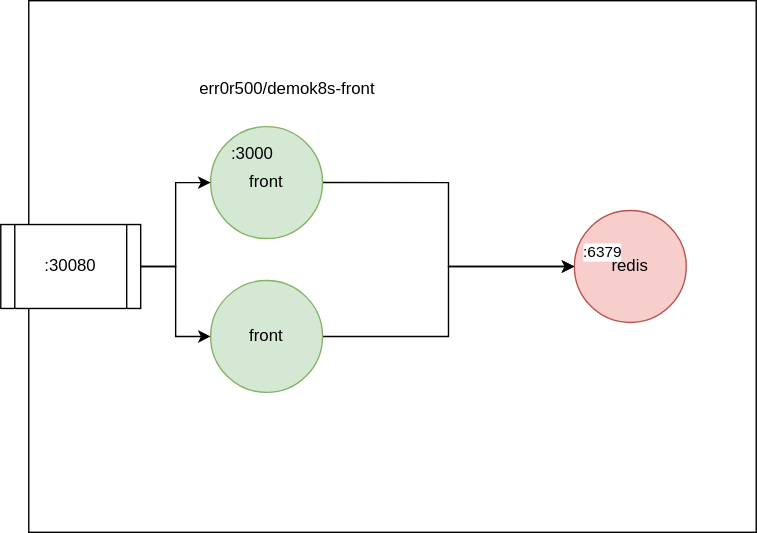
The draw.io diagram demo.svg in err0r500/k8s-practice, before a commit. Source tidied: cells renumbered, new cells last; positions are measured from the earlier drawing's top-left corner, leaving out a move shared by most shapes.
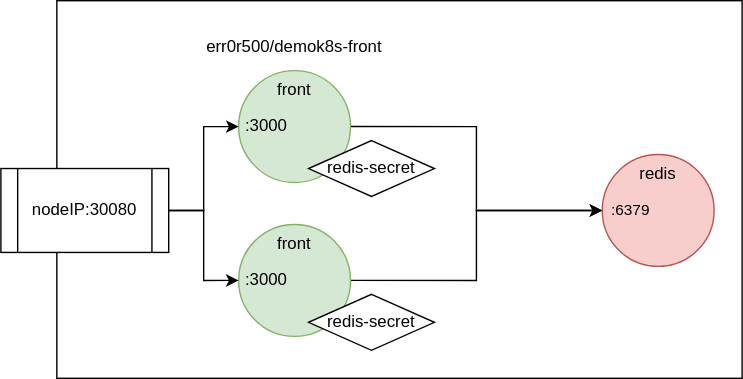
After the commit.

What changed in the source:
```diff
@@ -3,26 +3,26 @@
     <mxCell id="0" />
     <mxCell id="1" parent="0" />
     <mxCell id="2" style="rounded=0;whiteSpace=wrap;html=1;" parent="1" vertex="1">
-      <mxGeometry x="20" width="520" height="380" as="geometry" />
+      <mxGeometry x="20" y="40" width="490" height="270" as="geometry" />
     </mxCell>
-    <mxCell id="3" value="redis" style="ellipse;whiteSpace=wrap;html=1;fillColor=#f8cecc;strokeColor=#b85450;" parent="1" vertex="1">
+    <mxCell id="3" value="redis" style="ellipse;whiteSpace=wrap;html=1;fillColor=#f8cecc;strokeColor=#b85450;verticalAlign=top;" parent="1" vertex="1">
       <mxGeometry x="410" y="150" width="80" height="80" as="geometry" />
     </mxCell>
     <mxCell id="4" style="edgeStyle=orthogonalEdgeStyle;rounded=0;jettySize=auto;html=1;exitX=1;exitY=0.5;exitDx=0;exitDy=0;entryX=0;entryY=0.5;entryDx=0;entryDy=0;" parent="1" edge="1" source="6" target="3">
       <mxGeometry relative="1" as="geometry" />
     </mxCell>
-    <mxCell id="5" value=":6379" style="edgeLabel;html=1;align=center;verticalAlign=middle;" parent="4" vertex="1">
+    <mxCell id="5" value=":6379" style="edgeLabel;html=1;align=center;verticalAlign=middle;labelBackgroundColor=none;" parent="4" vertex="1">
       <mxGeometry x="-0.72" y="-1" relative="1" as="geometry">
-        <mxPoint x="166.9" y="49" as="offset" />
+        <mxPoint x="166.9" y="59" as="offset" />
       </mxGeometry>
     </mxCell>
-    <mxCell id="6" value="front" style="ellipse;whiteSpace=wrap;html=1;fillColor=#d5e8d4;strokeColor=#82b366;" parent="1" vertex="1">
+    <mxCell id="6" value="front" style="ellipse;whiteSpace=wrap;html=1;fillColor=#d5e8d4;strokeColor=#82b366;verticalAlign=top;" parent="1" vertex="1">
       <mxGeometry x="150" y="90" width="80" height="80" as="geometry" />
     </mxCell>
     <mxCell id="7" style="edgeStyle=orthogonalEdgeStyle;rounded=0;jettySize=auto;html=1;exitX=1;exitY=0.5;exitDx=0;exitDy=0;" parent="1" edge="1" source="8" target="3">
       <mxGeometry relative="1" as="geometry" />
     </mxCell>
-    <mxCell id="8" value="front" style="ellipse;whiteSpace=wrap;html=1;fillColor=#d5e8d4;strokeColor=#82b366;" parent="1" vertex="1">
+    <mxCell id="8" value="front" style="ellipse;whiteSpace=wrap;html=1;fillColor=#d5e8d4;strokeColor=#82b366;verticalAlign=top;" parent="1" vertex="1">
       <mxGeometry x="150" y="200" width="80" height="80" as="geometry" />
     </mxCell>
     <mxCell id="9" style="edgeStyle=orthogonalEdgeStyle;rounded=0;jettySize=auto;html=1;exitX=1;exitY=0.5;exitDx=0;exitDy=0;" parent="1" edge="1" source="11" target="6">
@@ -31,14 +31,23 @@
     <mxCell id="10" style="edgeStyle=orthogonalEdgeStyle;rounded=0;jettySize=auto;html=1;exitX=1;exitY=0.5;exitDx=0;exitDy=0;entryX=0;entryY=0.5;entryDx=0;entryDy=0;" parent="1" edge="1" source="11" target="8">
       <mxGeometry relative="1" as="geometry" />
     </mxCell>
-    <mxCell id="11" value=":30080" style="shape=process;whiteSpace=wrap;html=1;backgroundOutline=1;" parent="1" vertex="1">
-      <mxGeometry y="160" width="100" height="60" as="geometry" />
+    <mxCell id="11" value="nodeIP:30080" style="shape=process;whiteSpace=wrap;html=1;backgroundOutline=1;" parent="1" vertex="1">
+      <mxGeometry x="-20" y="160" width="120" height="60" as="geometry" />
     </mxCell>
     <mxCell id="12" value="&lt;span style=&quot;font-family: , &amp;#34;consolas&amp;#34; , &amp;#34;liberation mono&amp;#34; , &amp;#34;menlo&amp;#34; , monospace ; background-color: rgb(255 , 255 , 255)&quot;&gt;err0r500/demok8s-front&lt;br&gt;&lt;br&gt;&lt;/span&gt;" style="text;html=1;strokeColor=none;fillColor=none;align=center;verticalAlign=middle;whiteSpace=wrap;rounded=0;" parent="1" vertex="1">
-      <mxGeometry x="120" y="60" width="170" height="20" as="geometry" />
+      <mxGeometry x="105" y="70" width="170" height="20" as="geometry" />
     </mxCell>
     <mxCell id="13" value=":3000" style="text;html=1;strokeColor=none;fillColor=none;align=center;verticalAlign=middle;whiteSpace=wrap;rounded=0;" parent="1" vertex="1">
-      <mxGeometry x="160" y="100" width="40" height="20" as="geometry" />
+      <mxGeometry x="150" y="120" width="40" height="20" as="geometry" />
     </mxCell>
+    <mxCell id="14" value="redis-secret" style="rhombus;whiteSpace=wrap;html=1;" parent="1" vertex="1">
+      <mxGeometry x="200" y="140" width="90" height="40" as="geometry" />
+    </mxCell>
+    <mxCell id="15" value="redis-secret" style="rhombus;whiteSpace=wrap;html=1;" parent="1" vertex="1">
+      <mxGeometry x="200" y="250" width="90" height="40" as="geometry" />
+    </mxCell>
+    <mxCell id="16" value=":3000" style="text;html=1;strokeColor=none;fillColor=none;align=center;verticalAlign=middle;whiteSpace=wrap;rounded=0;" parent="1" vertex="1">
+      <mxGeometry x="150" y="230" width="40" height="20" as="geometry" />
+    </mxCell>
   </root>
 </mxGraphModel>
```
